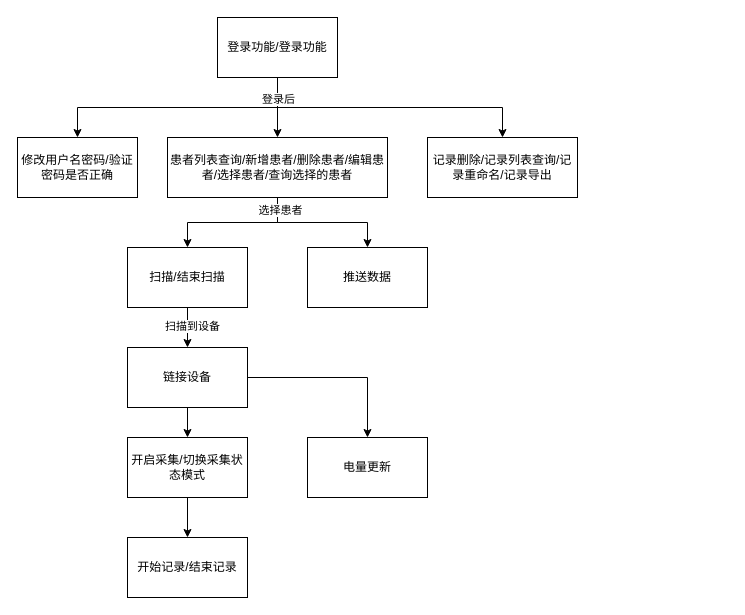
Above: 概念设计-系统层次结构图.drawio in yz360307/draw (draw.io), before the change. Source tidied: cells renumbered, new cells numbered last; positions are measured from the earlier drawing's top-left corner, leaving out a move shared by most shapes. Both pictures are drawn from the tidied source at 100%, with x=0, y=0 at pixel (17, 17).
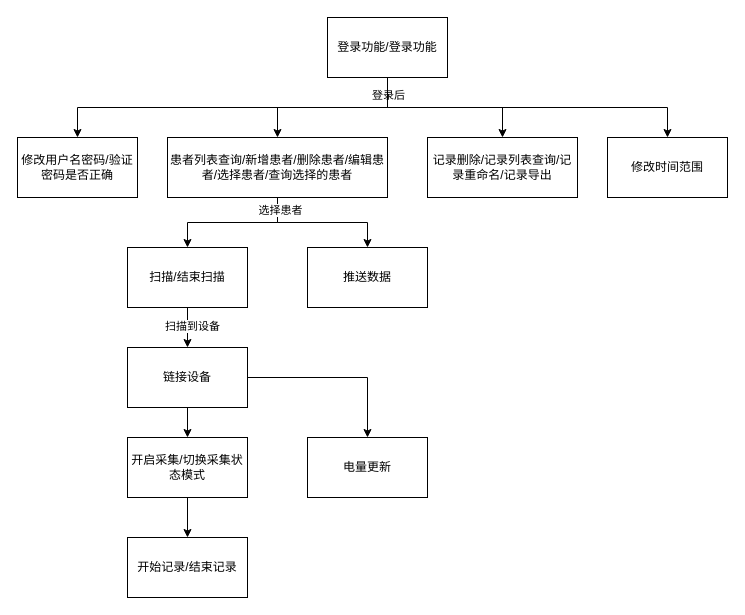
After the change.

Commit message (it also covers changes not shown here):
更新概念设计-系统层次结构图.drawio

Diff of the diagram source:
```diff
@@
+    <mxCell id="24" style="edgeStyle=orthogonalEdgeStyle;rounded=0;jettySize=auto;html=1;exitX=0.5;exitY=1;exitDx=0;exitDy=0;" parent="1" edge="1" source="6" target="25">
+      <mxGeometry relative="1" as="geometry" />
+    </mxCell>
     <mxCell id="6" value="登录功能/登录功能" style="rounded=0;whiteSpace=wrap;html=1;" parent="1" vertex="1">
-      <mxGeometry x="200" width="120" height="60" as="geometry" />
+      <mxGeometry x="310" width="120" height="60" as="geometry" />
     </mxCell>
@@
+    <mxCell id="25" value="修改时间范围" style="rounded=0;whiteSpace=wrap;html=1;" parent="1" vertex="1">
+      <mxGeometry x="590" y="120" width="120" height="60" as="geometry" />
+    </mxCell>
```
